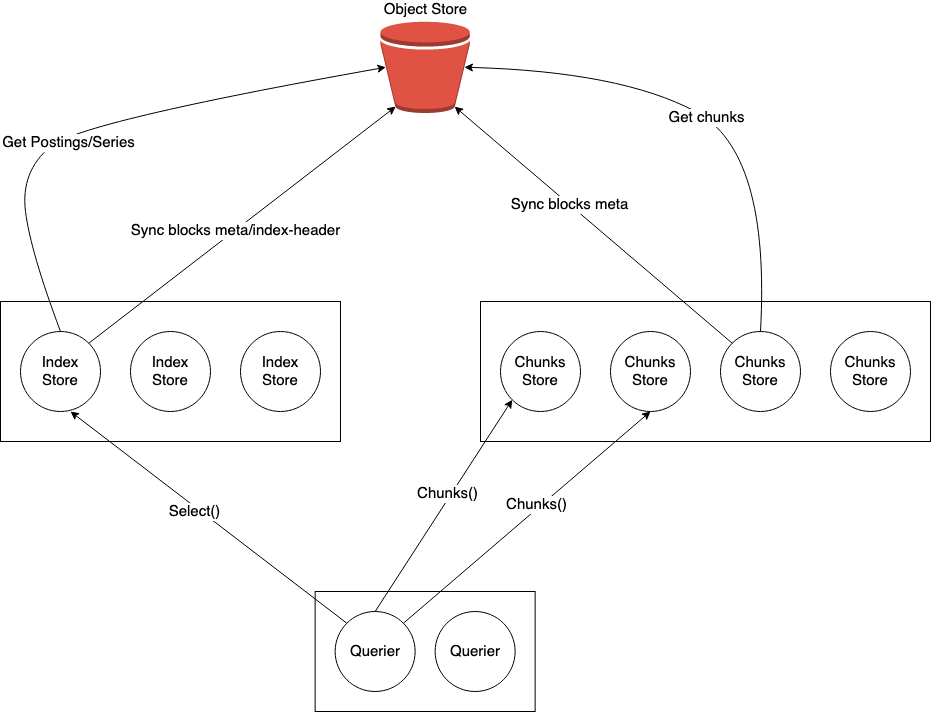
Before: docs/img/split-store-proposal.png, a diagram exported from draw.io (thanos-io/thanos). Source tidied: cells renumbered, new cells last; positions are measured from the earlier drawing's top-left corner, leaving out a move shared by most shapes.
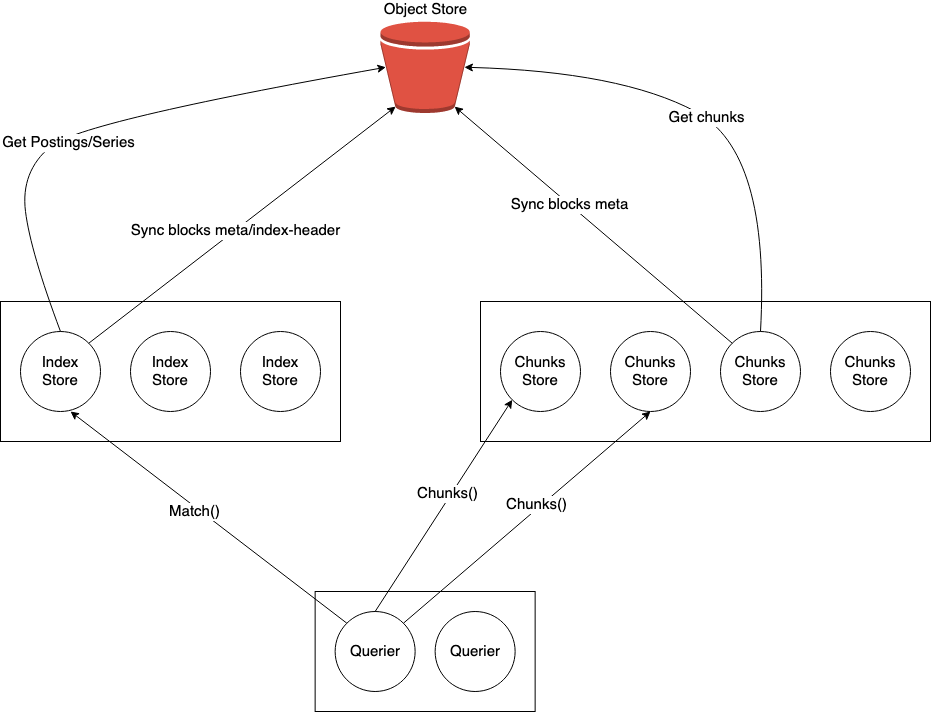
The same file after the commit.

Change to the diagram source:
```diff
@@ -23,7 +23,7 @@
     <mxCell id="8" style="endArrow=classic;html=1;rounded=0;exitX=0;exitY=0;exitDx=0;exitDy=0;entryX=0.625;entryY=1;entryDx=0;entryDy=0;entryPerimeter=0;fontSize=15;" parent="1" edge="1" source="22" target="4">
       <mxGeometry relative="1" as="geometry" />
     </mxCell>
-    <mxCell id="9" value="Select()" style="edgeLabel;html=1;align=center;verticalAlign=middle;fontSize=15;" parent="8" vertex="1">
+    <mxCell id="9" value="Match()" style="edgeLabel;html=1;align=center;verticalAlign=middle;fontSize=15;" parent="8" vertex="1">
       <mxGeometry x="0.09" y="4" relative="1" as="geometry" />
     </mxCell>
     <mxCell id="10" value="Object Store" style="outlineConnect=0;dashed=0;verticalLabelPosition=top;verticalAlign=bottom;align=center;html=1;shape=mxgraph.aws3.bucket;fillColor=#E05243;gradientColor=none;fontSize=15;labelPosition=center;" parent="1" vertex="1">
```
